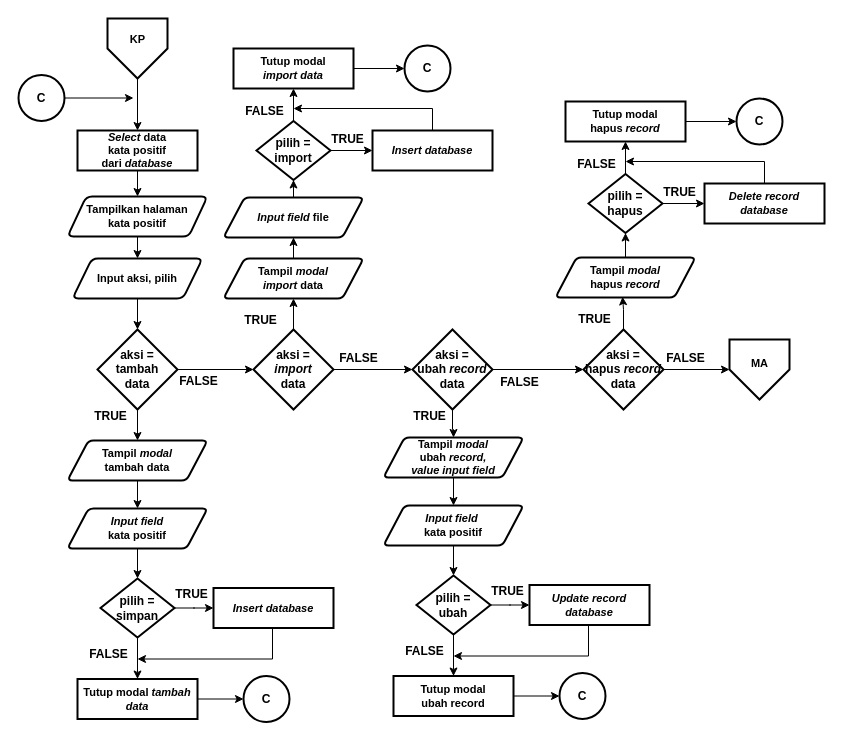
This is Dokumen TA/Paper/Flowchart/Flowchart menu kata positif.drawio from muspriandi/TextMining-SentimentAnalysis, a draw.io file, before an edit. Source tidied: cells renumbered, new cells numbered last; positions are measured from the earlier drawing's top-left corner, leaving out a move shared by most shapes. Both pictures are drawn from the tidied source at 100%, with x=0, y=0 at pixel (18, 18).
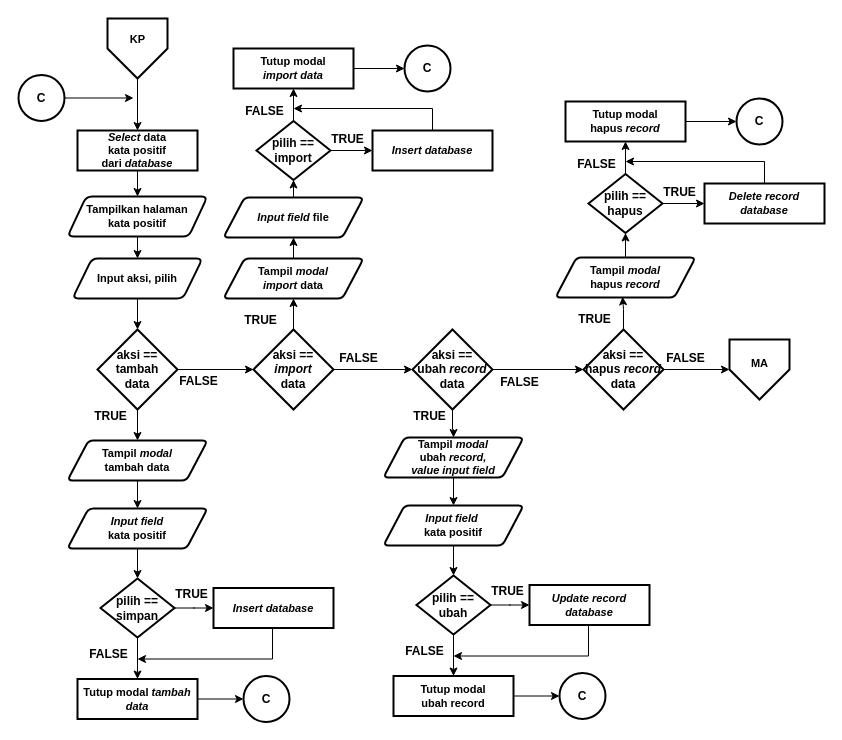
The same diagram, later.

Change to the diagram source:
```diff
@@
-    <mxCell id="17" value="&lt;b&gt;&lt;font style=&quot;font-size: 12px&quot;&gt;aksi = tambah&lt;br&gt;data&lt;/font&gt;&lt;/b&gt;" style="rhombus;whiteSpace=wrap;html=1;strokeWidth=2;" parent="1" vertex="1">
+    <mxCell id="17" value="&lt;b&gt;&lt;font style=&quot;font-size: 12px&quot;&gt;aksi == tambah&lt;br&gt;data&lt;/font&gt;&lt;/b&gt;" style="rhombus;whiteSpace=wrap;html=1;strokeWidth=2;" parent="1" vertex="1">
       <mxGeometry x="79" y="311" width="80" height="80" as="geometry" />
     </mxCell>
@@
-    <mxCell id="20" value="&lt;b&gt;&lt;font style=&quot;font-size: 12px&quot;&gt;aksi = &lt;br&gt;&lt;i&gt;import&lt;/i&gt;&lt;br&gt;data&lt;br&gt;&lt;/font&gt;&lt;/b&gt;" style="rhombus;whiteSpace=wrap;html=1;strokeWidth=2;" parent="1" vertex="1">
+    <mxCell id="20" value="&lt;b&gt;&lt;font style=&quot;font-size: 12px&quot;&gt;aksi == &lt;br&gt;&lt;i&gt;import&lt;/i&gt;&lt;br&gt;data&lt;br&gt;&lt;/font&gt;&lt;/b&gt;" style="rhombus;whiteSpace=wrap;html=1;strokeWidth=2;" parent="1" vertex="1">
       <mxGeometry x="235" y="311" width="80" height="80" as="geometry" />
     </mxCell>
@@
-    <mxCell id="23" value="&lt;b&gt;&lt;font style=&quot;font-size: 12px&quot;&gt;aksi =&lt;br&gt;ubah &lt;i&gt;record&lt;/i&gt;&lt;br&gt;data&lt;br&gt;&lt;/font&gt;&lt;/b&gt;" style="rhombus;whiteSpace=wrap;html=1;strokeWidth=2;" parent="1" vertex="1">
+    <mxCell id="23" value="&lt;b&gt;&lt;font style=&quot;font-size: 12px&quot;&gt;aksi ==&lt;br&gt;ubah &lt;i&gt;record&lt;/i&gt;&lt;br&gt;data&lt;br&gt;&lt;/font&gt;&lt;/b&gt;" style="rhombus;whiteSpace=wrap;html=1;strokeWidth=2;" parent="1" vertex="1">
       <mxGeometry x="394" y="311" width="80" height="80" as="geometry" />
     </mxCell>
@@
-    <mxCell id="26" value="&lt;b&gt;&lt;font style=&quot;font-size: 12px&quot;&gt;aksi = &lt;br&gt;hapus &lt;i&gt;record&lt;/i&gt;&lt;br&gt;data&lt;br&gt;&lt;/font&gt;&lt;/b&gt;" style="rhombus;whiteSpace=wrap;html=1;strokeWidth=2;" parent="1" vertex="1">
+    <mxCell id="26" value="&lt;b&gt;&lt;font style=&quot;font-size: 12px&quot;&gt;aksi ==&lt;br&gt;hapus &lt;i&gt;record&lt;/i&gt;&lt;br&gt;data&lt;br&gt;&lt;/font&gt;&lt;/b&gt;" style="rhombus;whiteSpace=wrap;html=1;strokeWidth=2;" parent="1" vertex="1">
       <mxGeometry x="565" y="311" width="80" height="80" as="geometry" />
     </mxCell>
@@
-    <mxCell id="33" value="&lt;b&gt;&lt;font style=&quot;font-size: 12px&quot;&gt;pilih =&lt;br&gt;simpan&lt;/font&gt;&lt;/b&gt;" style="rhombus;whiteSpace=wrap;html=1;strokeWidth=2;" parent="1" vertex="1">
+    <mxCell id="33" value="&lt;b&gt;&lt;font style=&quot;font-size: 12px&quot;&gt;pilih ==&lt;br&gt;simpan&lt;/font&gt;&lt;/b&gt;" style="rhombus;whiteSpace=wrap;html=1;strokeWidth=2;" parent="1" vertex="1">
       <mxGeometry x="82" y="560" width="74" height="59" as="geometry" />
     </mxCell>
@@
-    <mxCell id="51" value="&lt;b&gt;&lt;font style=&quot;font-size: 12px&quot;&gt;pilih = import&lt;/font&gt;&lt;/b&gt;" style="rhombus;whiteSpace=wrap;html=1;strokeWidth=2;" parent="1" vertex="1">
+    <mxCell id="51" value="&lt;b&gt;&lt;font style=&quot;font-size: 12px&quot;&gt;pilih == import&lt;/font&gt;&lt;/b&gt;" style="rhombus;whiteSpace=wrap;html=1;strokeWidth=2;" parent="1" vertex="1">
       <mxGeometry x="238" y="102.5" width="74" height="59" as="geometry" />
     </mxCell>
@@
-    <mxCell id="67" value="&lt;b&gt;&lt;font style=&quot;font-size: 12px&quot;&gt;pilih =&lt;br&gt;ubah&lt;/font&gt;&lt;/b&gt;" style="rhombus;whiteSpace=wrap;html=1;strokeWidth=2;" parent="1" vertex="1">
+    <mxCell id="67" value="&lt;b&gt;&lt;font style=&quot;font-size: 12px&quot;&gt;pilih ==&lt;br&gt;ubah&lt;/font&gt;&lt;/b&gt;" style="rhombus;whiteSpace=wrap;html=1;strokeWidth=2;" parent="1" vertex="1">
       <mxGeometry x="398" y="557" width="74" height="59" as="geometry" />
     </mxCell>
@@
-    <mxCell id="81" value="&lt;b&gt;&lt;font style=&quot;font-size: 12px&quot;&gt;pilih = hapus&lt;/font&gt;&lt;/b&gt;" style="rhombus;whiteSpace=wrap;html=1;strokeWidth=2;" parent="1" vertex="1">
+    <mxCell id="81" value="&lt;b&gt;&lt;font style=&quot;font-size: 12px&quot;&gt;pilih == hapus&lt;/font&gt;&lt;/b&gt;" style="rhombus;whiteSpace=wrap;html=1;strokeWidth=2;" parent="1" vertex="1">
       <mxGeometry x="570" y="155.5" width="74" height="59" as="geometry" />
     </mxCell>
```
